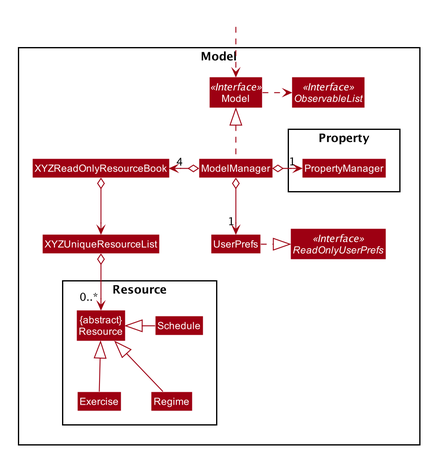
Above: docs/images/ModelClassDiagram.png in nus-cs2103-AY1920S1/addressbook-level3 (PlantUML), before the change.
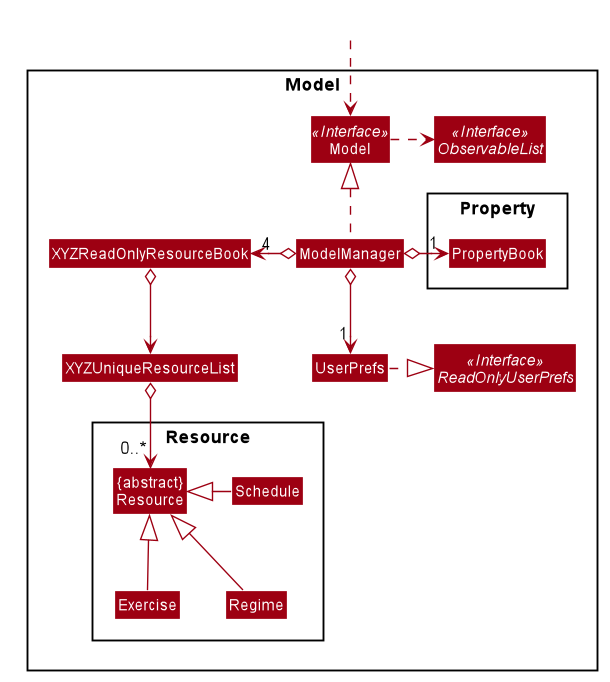
Later version of the same file.

What changed in the source:
```diff
@@ -70,7 +70,7 @@
     }
 
     Package Property {
-        Class PropertyManager
+        Class PropertyBook
     }
 }
 
@@ -80,7 +80,7 @@
 ModelManager .up.|> Model
 Model .right.> ObservableList
 
-ModelManager o-right-> "1" PropertyManager
+ModelManager o-right-> "1" PropertyBook
 
 Exercise -up-|> "{abstract}\nResource"
 Regime -up-|> "{abstract}\nResource"
```
